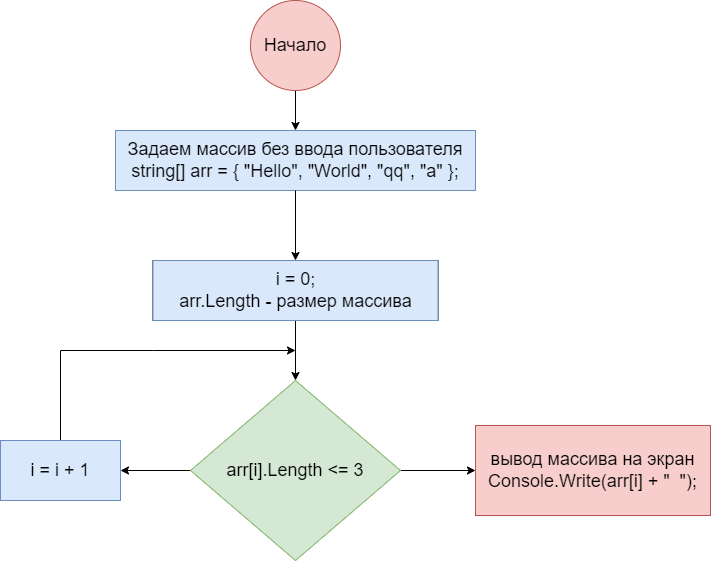
Above: algoritmtask1.drawio.png in semgenomsk/TestWork-1 (draw.io), before the change. Source tidied: cells renumbered, new cells last; positions are measured from the earlier drawing's top-left corner, leaving out a move shared by most shapes. The source it was exported from:
```xml
<mxGraphModel>
  <root>
    <mxCell id="0" />
    <mxCell id="1" parent="0" />
    <mxCell id="2" style="edgeStyle=orthogonalEdgeStyle;rounded=0;jettySize=auto;html=1;fontSize=18;" parent="1" edge="1" source="3" target="4">
      <mxGeometry relative="1" as="geometry" />
    </mxCell>
    <mxCell id="3" value="Начало" style="ellipse;whiteSpace=wrap;html=1;fontSize=18;fillColor=#f8cecc;strokeColor=#b85450;" parent="1" vertex="1">
      <mxGeometry x="250" width="90" height="90" as="geometry" />
    </mxCell>
    <mxCell id="4" value="Задаем массив без ввода пользователя&lt;br&gt;&lt;span style=&quot;text-align: left;&quot;&gt;string[] arr = { &quot;Hello&quot;, &quot;World&quot;, &quot;qq&quot;, &quot;a&quot; };&lt;/span&gt;" style="whiteSpace=wrap;html=1;fontSize=18;fillColor=#dae8fc;strokeColor=#6c8ebf;" parent="1" vertex="1">
      <mxGeometry x="115" y="130" width="360" height="60" as="geometry" />
    </mxCell>
    <mxCell id="5" style="edgeStyle=orthogonalEdgeStyle;rounded=0;jettySize=auto;html=1;fontSize=18;" parent="1" edge="1" target="6">
      <mxGeometry relative="1" as="geometry">
        <mxPoint x="295" y="190" as="sourcePoint" />
      </mxGeometry>
    </mxCell>
    <mxCell id="6" value="i = 0;&lt;br&gt;arr.Length - размер массива" style="whiteSpace=wrap;html=1;fontSize=18;" parent="1" vertex="1">
      <mxGeometry x="152.5" y="260" width="285" height="60" as="geometry" />
    </mxCell>
    <mxCell id="7" style="edgeStyle=orthogonalEdgeStyle;rounded=0;jettySize=auto;html=1;fontSize=18;" parent="1" edge="1" source="8" target="11">
      <mxGeometry relative="1" as="geometry" />
    </mxCell>
    <mxCell id="8" value="i = 0;&lt;br&gt;arr.Length - размер массива" style="whiteSpace=wrap;html=1;fontSize=18;fillColor=#dae8fc;strokeColor=#6c8ebf;" parent="1" vertex="1">
      <mxGeometry x="152.5" y="260" width="285" height="60" as="geometry" />
    </mxCell>
    <mxCell id="9" style="edgeStyle=orthogonalEdgeStyle;rounded=0;jettySize=auto;html=1;fontSize=18;" parent="1" edge="1" source="11" target="12">
      <mxGeometry relative="1" as="geometry" />
    </mxCell>
    <mxCell id="10" style="edgeStyle=orthogonalEdgeStyle;rounded=0;jettySize=auto;html=1;fontSize=18;" parent="1" edge="1" source="11" target="14">
      <mxGeometry relative="1" as="geometry" />
    </mxCell>
    <mxCell id="11" value="&lt;span style=&quot;text-align: left;&quot;&gt;arr[i].Length &amp;lt;= 3&lt;/span&gt;" style="rhombus;whiteSpace=wrap;html=1;fontSize=18;fillColor=#d5e8d4;strokeColor=#82b366;" parent="1" vertex="1">
      <mxGeometry x="190" y="380" width="210" height="180" as="geometry" />
    </mxCell>
    <mxCell id="12" value="вывод массива на экран&lt;br&gt;&lt;span style=&quot;text-align: left;&quot;&gt;Console.Write(arr[i] + &quot;&amp;nbsp; &quot;);&lt;/span&gt;" style="whiteSpace=wrap;html=1;fontSize=18;fillColor=#f8cecc;strokeColor=#b85450;" parent="1" vertex="1">
      <mxGeometry x="475" y="425" width="235" height="90" as="geometry" />
    </mxCell>
    <mxCell id="13" style="edgeStyle=orthogonalEdgeStyle;rounded=0;jettySize=auto;html=1;exitX=0.5;exitY=0;exitDx=0;exitDy=0;fontSize=18;" parent="1" edge="1" source="14">
      <mxGeometry relative="1" as="geometry">
        <mxPoint x="295" y="350" as="targetPoint" />
        <Array as="points">
          <mxPoint x="60" y="350" />
          <mxPoint x="153" y="350" />
        </Array>
      </mxGeometry>
    </mxCell>
    <mxCell id="14" value="i = i + 1" style="whiteSpace=wrap;html=1;fontSize=18;fillColor=#dae8fc;strokeColor=#6c8ebf;" parent="1" vertex="1">
      <mxGeometry y="440" width="120" height="60" as="geometry" />
    </mxCell>
  </root>
</mxGraphModel>
```
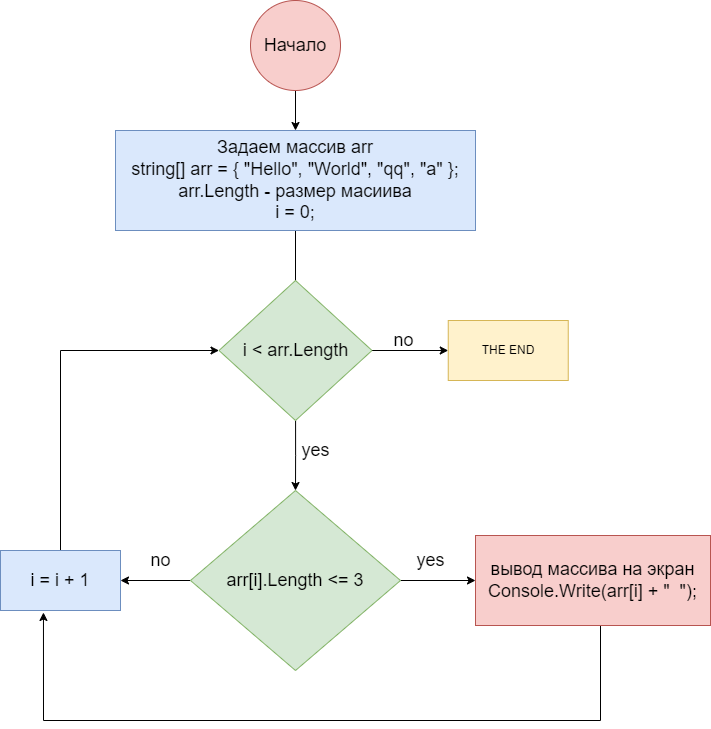
Later version of the same file.

Commit message:
Done block-diagram

Diff of the diagram source:
```diff
@@ -6,25 +6,26 @@
       <mxGeometry relative="1" as="geometry" />
     </mxCell>
     <mxCell id="3" value="Начало" style="ellipse;whiteSpace=wrap;html=1;fontSize=18;fillColor=#f8cecc;strokeColor=#b85450;" parent="1" vertex="1">
-      <mxGeometry x="250" width="90" height="90" as="geometry" />
+      <mxGeometry x="250" y="-110" width="90" height="90" as="geometry" />
     </mxCell>
+    <mxCell id="15" style="edgeStyle=orthogonalEdgeStyle;rounded=0;jettySize=auto;html=1;exitX=0.5;exitY=1;exitDx=0;exitDy=0;entryX=0.5;entryY=0;entryDx=0;entryDy=0;" parent="1" edge="1" source="4">
+      <mxGeometry relative="1" as="geometry">
+        <mxPoint x="295" y="200" as="targetPoint" />
+      </mxGeometry>
+    </mxCell>
-    <mxCell id="4" value="Задаем массив без ввода пользователя&lt;br&gt;&lt;span style=&quot;text-align: left;&quot;&gt;string[] arr = { &quot;Hello&quot;, &quot;World&quot;, &quot;qq&quot;, &quot;a&quot; };&lt;/span&gt;" style="whiteSpace=wrap;html=1;fontSize=18;fillColor=#dae8fc;strokeColor=#6c8ebf;" parent="1" vertex="1">
-      <mxGeometry x="115" y="130" width="360" height="60" as="geometry" />
+    <mxCell id="4" value="Задаем массив&amp;nbsp;arr&lt;br&gt;&lt;span style=&quot;text-align: left;&quot;&gt;string[] arr = { &quot;Hello&quot;, &quot;World&quot;, &quot;qq&quot;, &quot;a&quot; };&lt;br&gt;arr.Length - размер масиива&lt;br&gt;i = 0;&lt;br&gt;&lt;/span&gt;" style="whiteSpace=wrap;html=1;fontSize=18;fillColor=#dae8fc;strokeColor=#6c8ebf;" parent="1" vertex="1">
+      <mxGeometry x="115" y="20" width="360" height="100" as="geometry" />
     </mxCell>
-    <mxCell id="5" style="edgeStyle=orthogonalEdgeStyle;rounded=0;jettySize=auto;html=1;fontSize=18;" parent="1" edge="1" target="6">
-      <mxGeometry relative="1" as="geometry">
-        <mxPoint x="295" y="190" as="sourcePoint" />
-      </mxGeometry>
-    </mxCell>
-    <mxCell id="6" value="i = 0;&lt;br&gt;arr.Length - размер массива" style="whiteSpace=wrap;html=1;fontSize=18;" parent="1" vertex="1">
-      <mxGeometry x="152.5" y="260" width="285" height="60" as="geometry" />
-    </mxCell>
-    <mxCell id="7" style="edgeStyle=orthogonalEdgeStyle;rounded=0;jettySize=auto;html=1;fontSize=18;" parent="1" edge="1" source="8" target="11">
-      <mxGeometry relative="1" as="geometry" />
-    </mxCell>
-    <mxCell id="8" value="i = 0;&lt;br&gt;arr.Length - размер массива" style="whiteSpace=wrap;html=1;fontSize=18;fillColor=#dae8fc;strokeColor=#6c8ebf;" parent="1" vertex="1">
-      <mxGeometry x="152.5" y="260" width="285" height="60" as="geometry" />
-    </mxCell>
+    <mxCell id="16" style="edgeStyle=orthogonalEdgeStyle;rounded=0;jettySize=auto;html=1;entryX=0.5;entryY=0;entryDx=0;entryDy=0;" parent="1" edge="1" target="11">
+      <mxGeometry relative="1" as="geometry">
+        <mxPoint x="295.1" y="310" as="sourcePoint" />
+      </mxGeometry>
+    </mxCell>
+    <mxCell id="17" style="edgeStyle=orthogonalEdgeStyle;rounded=0;jettySize=auto;html=1;" parent="1" edge="1" target="22">
+      <mxGeometry relative="1" as="geometry">
+        <mxPoint x="371.5" y="240" as="sourcePoint" />
+      </mxGeometry>
+    </mxCell>
     <mxCell id="9" style="edgeStyle=orthogonalEdgeStyle;rounded=0;jettySize=auto;html=1;fontSize=18;" parent="1" edge="1" source="11" target="12">
       <mxGeometry relative="1" as="geometry" />
     </mxCell>
@@ -34,20 +35,44 @@
     <mxCell id="11" value="&lt;span style=&quot;text-align: left;&quot;&gt;arr[i].Length &amp;lt;= 3&lt;/span&gt;" style="rhombus;whiteSpace=wrap;html=1;fontSize=18;fillColor=#d5e8d4;strokeColor=#82b366;" parent="1" vertex="1">
       <mxGeometry x="190" y="380" width="210" height="180" as="geometry" />
     </mxCell>
+    <mxCell id="18" style="edgeStyle=orthogonalEdgeStyle;rounded=0;jettySize=auto;html=1;entryX=0.358;entryY=1.033;entryDx=0;entryDy=0;entryPerimeter=0;" parent="1" edge="1" source="12" target="14">
+      <mxGeometry relative="1" as="geometry">
+        <Array as="points">
+          <mxPoint x="600" y="610" />
+          <mxPoint x="43" y="610" />
+        </Array>
+      </mxGeometry>
+    </mxCell>
     <mxCell id="12" value="вывод массива на экран&lt;br&gt;&lt;span style=&quot;text-align: left;&quot;&gt;Console.Write(arr[i] + &quot;&amp;nbsp; &quot;);&lt;/span&gt;" style="whiteSpace=wrap;html=1;fontSize=18;fillColor=#f8cecc;strokeColor=#b85450;" parent="1" vertex="1">
       <mxGeometry x="475" y="425" width="235" height="90" as="geometry" />
     </mxCell>
-    <mxCell id="13" style="edgeStyle=orthogonalEdgeStyle;rounded=0;jettySize=auto;html=1;exitX=0.5;exitY=0;exitDx=0;exitDy=0;fontSize=18;" parent="1" edge="1" source="14">
+    <mxCell id="13" style="edgeStyle=orthogonalEdgeStyle;rounded=0;jettySize=auto;html=1;exitX=0.5;exitY=0;exitDx=0;exitDy=0;fontSize=18;entryX=0;entryY=0.5;entryDx=0;entryDy=0;" parent="1" edge="1" source="14" target="24">
       <mxGeometry relative="1" as="geometry">
-        <mxPoint x="295" y="350" as="targetPoint" />
         <Array as="points">
-          <mxPoint x="60" y="350" />
-          <mxPoint x="153" y="350" />
+          <mxPoint x="60" y="240" />
         </Array>
       </mxGeometry>
     </mxCell>
     <mxCell id="14" value="i = i + 1" style="whiteSpace=wrap;html=1;fontSize=18;fillColor=#dae8fc;strokeColor=#6c8ebf;" parent="1" vertex="1">
       <mxGeometry y="440" width="120" height="60" as="geometry" />
     </mxCell>
+    <mxCell id="19" value="yes" style="text;html=1;align=center;verticalAlign=middle;strokeColor=none;fillColor=none;fontSize=18;" parent="1" vertex="1">
+      <mxGeometry x="405" y="430" width="50" height="40" as="geometry" />
+    </mxCell>
+    <mxCell id="20" value="no" style="text;html=1;align=center;verticalAlign=middle;strokeColor=none;fillColor=none;fontSize=18;" parent="1" vertex="1">
+      <mxGeometry x="140" y="430" width="40" height="40" as="geometry" />
+    </mxCell>
+    <mxCell id="21" value="yes" style="text;html=1;align=center;verticalAlign=middle;strokeColor=none;fillColor=none;fontSize=18;" parent="1" vertex="1">
+      <mxGeometry x="290" y="320" width="50" height="40" as="geometry" />
+    </mxCell>
+    <mxCell id="22" value="THE END" style="rounded=0;whiteSpace=wrap;html=1;fillColor=#fff2cc;strokeColor=#d6b656;" parent="1" vertex="1">
+      <mxGeometry x="447.8" y="210" width="120" height="60" as="geometry" />
+    </mxCell>
+    <mxCell id="23" value="no" style="text;html=1;align=center;verticalAlign=middle;strokeColor=none;fillColor=none;fontSize=18;" parent="1" vertex="1">
+      <mxGeometry x="382.8" y="210" width="40" height="40" as="geometry" />
+    </mxCell>
+    <mxCell id="24" value="&lt;span style=&quot;font-size: 18px;&quot;&gt;i &amp;lt; arr.Length&lt;/span&gt;" style="rhombus;whiteSpace=wrap;html=1;fillColor=#d5e8d4;strokeColor=#82b366;" parent="1" vertex="1">
+      <mxGeometry x="218.5" y="170" width="153" height="140" as="geometry" />
+    </mxCell>
   </root>
 </mxGraphModel>
```
